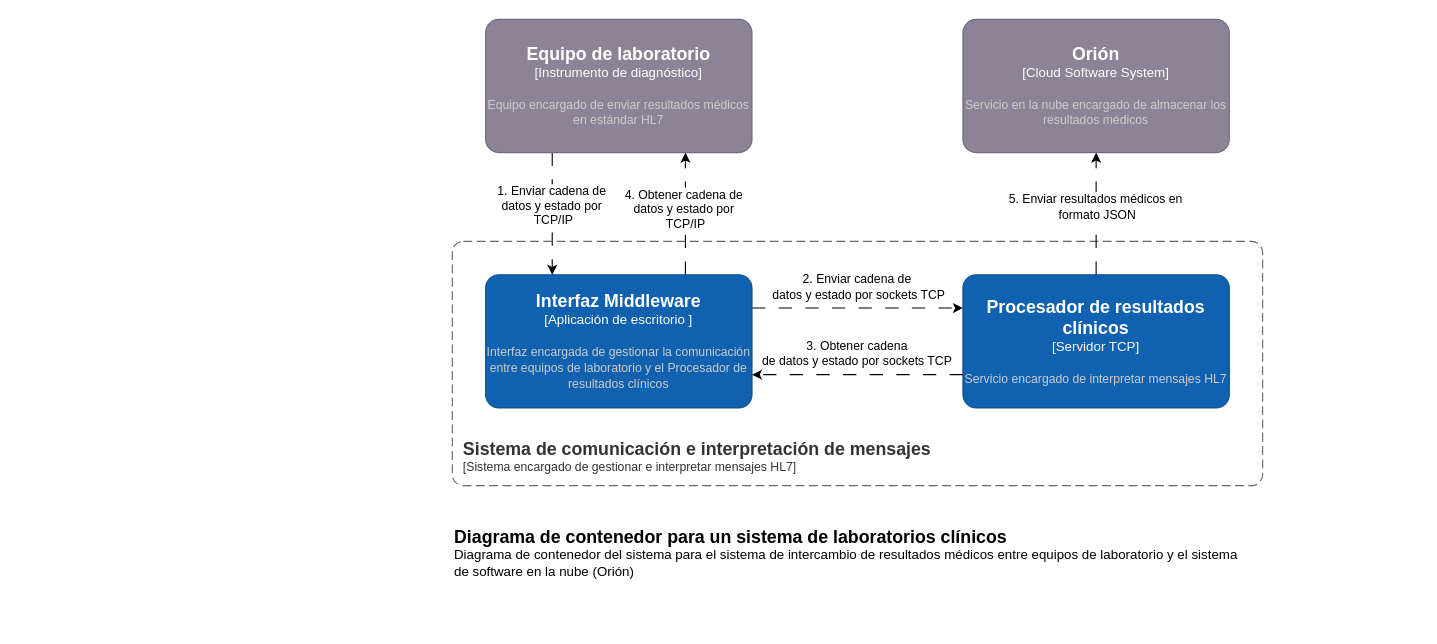
Before: page "Contenedores" (2 of 4) of Diagramas/TIC.drawio in GiulianAlbuja/TIC, a draw.io diagram. Source tidied: cells renumbered, new cells numbered last; positions are measured from the earlier drawing's top-left corner, leaving out a move shared by most shapes. Both pictures are drawn from the tidied source at 111%, with x=0, y=0 at pixel (452, 19).
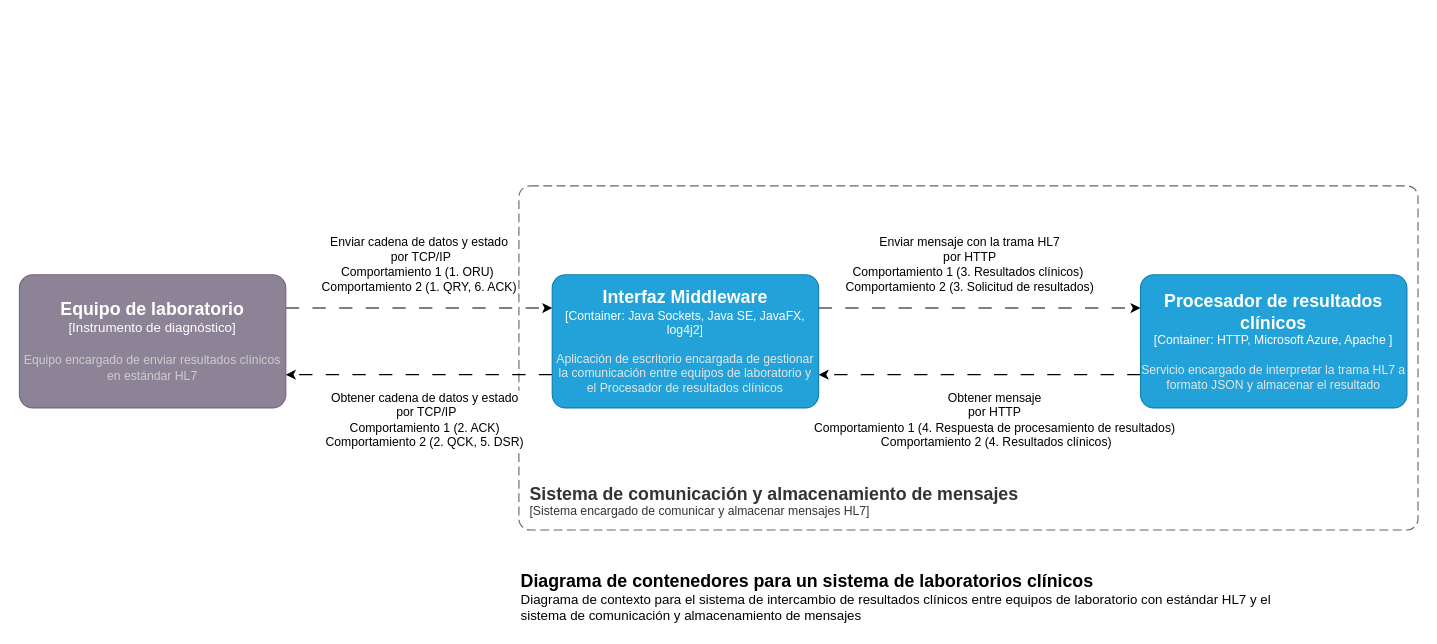
The same page after the edit.

What changed in the source:
```diff
@@
-    <mxCell id="2" style="edgeStyle=orthogonalEdgeStyle;rounded=0;jettySize=auto;html=1;exitX=1;exitY=0.25;exitDx=0;exitDy=0;exitPerimeter=0;entryX=0;entryY=0.25;entryDx=0;entryDy=0;entryPerimeter=0;startArrow=none;startFill=0;dashed=1;dashPattern=12 12;" parent="1" edge="1" source="4" target="5">
+    <mxCell id="2" style="edgeStyle=orthogonalEdgeStyle;rounded=0;jettySize=auto;html=1;exitX=1;exitY=0.25;exitDx=0;exitDy=0;exitPerimeter=0;entryX=0;entryY=0.25;entryDx=0;entryDy=0;entryPerimeter=0;startArrow=none;startFill=0;dashed=1;dashPattern=12 12;" parent="1" edge="1" source="18" target="19">
       <mxGeometry relative="1" as="geometry" />
     </mxCell>
-    <mxCell id="3" value="2. Enviar cadena de&amp;nbsp;&lt;div&gt;datos y estado por sockets TCP&lt;/div&gt;" style="edgeLabel;html=1;align=center;verticalAlign=middle;" parent="2" vertex="1">
+    <mxCell id="3" value="Enviar mensaje con la trama HL7&lt;div&gt;por HTTP&lt;/div&gt;&lt;div&gt;&lt;div&gt;Comportamiento 1 (3. Resultados clínicos)&amp;nbsp;&lt;/div&gt;&lt;div&gt;Comportamiento 2 (3. Solicitud de resultados)&lt;/div&gt;&lt;/div&gt;" style="edgeLabel;html=1;align=center;verticalAlign=middle;" parent="2" vertex="1">
       <mxGeometry x="-0.21" y="1" relative="1" as="geometry">
-        <mxPoint x="20" y="-19" as="offset" />
+        <mxPoint x="20" y="-39" as="offset" />
       </mxGeometry>
     </mxCell>
-    <object id="4" label="&lt;font style=&quot;font-size: 16px&quot;&gt;&lt;b&gt;%c4Name%&lt;/b&gt;&lt;/font&gt;&lt;div&gt;[%c4Type%]&lt;/div&gt;&lt;br&gt;&lt;div&gt;&lt;font style=&quot;font-size: 11px&quot;&gt;&lt;font color=&quot;#cccccc&quot;&gt;%c4Description%&lt;/font&gt;&lt;/div&gt;" c4Description="Interfaz encargada de gestionar la comunicación entre equipos de laboratorio y el Procesador de resultados clínicos" c4Name="Interfaz Middleware" c4Type="Aplicación de escritorio " placeholders="1">
-      <mxCell style="rounded=1;whiteSpace=wrap;html=1;labelBackgroundColor=none;fillColor=#1061B0;fontColor=#ffffff;align=center;arcSize=10;strokeColor=#0D5091;points=[[0.25,0,0],[0.5,0,0],[0.75,0,0],[1,0.25,0],[1,0.5,0],[1,0.75,0],[0.75,1,0],[0.5,1,0],[0.25,1,0],[0,0.75,0],[0,0.5,0],[0,0.25,0]];" parent="1" vertex="1">
-        <mxGeometry x="30" y="230" width="240" height="120" as="geometry" />
-      </mxCell>
-    </object>
-    <object id="5" label="&lt;font style=&quot;font-size: 16px&quot;&gt;&lt;b&gt;%c4Name%&lt;/b&gt;&lt;/font&gt;&lt;div&gt;[%c4Type%]&lt;/div&gt;&lt;br&gt;&lt;div&gt;&lt;font style=&quot;font-size: 11px&quot;&gt;&lt;font color=&quot;#cccccc&quot;&gt;%c4Description%&lt;/font&gt;&lt;/div&gt;" c4Description="Servicio encargado de interpretar mensajes HL7" c4Name="Procesador de resultados clínicos" c4Type="Servidor TCP" placeholders="1">
-      <mxCell style="rounded=1;whiteSpace=wrap;html=1;labelBackgroundColor=none;fillColor=#1061B0;fontColor=#ffffff;align=center;arcSize=10;strokeColor=#0D5091;points=[[0.25,0,0],[0.5,0,0],[0.75,0,0],[1,0.25,0],[1,0.5,0],[1,0.75,0],[0.75,1,0],[0.5,1,0],[0.25,1,0],[0,0.75,0],[0,0.5,0],[0,0.25,0]];" parent="1" vertex="1">
-        <mxGeometry x="460" y="230" width="240" height="120" as="geometry" />
-      </mxCell>
-    </object>
-    <mxCell id="6" style="edgeStyle=orthogonalEdgeStyle;rounded=0;jettySize=auto;html=1;entryX=0.25;entryY=0;entryDx=0;entryDy=0;entryPerimeter=0;startArrow=none;startFill=0;dashed=1;dashPattern=12 12;exitX=0.25;exitY=1;exitDx=0;exitDy=0;exitPerimeter=0;" parent="1" edge="1" source="8" target="4">
+    <mxCell id="6" style="edgeStyle=orthogonalEdgeStyle;rounded=0;jettySize=auto;html=1;entryX=0;entryY=0.25;entryDx=0;entryDy=0;entryPerimeter=0;startArrow=none;startFill=0;dashed=1;dashPattern=12 12;exitX=1;exitY=0.25;exitDx=0;exitDy=0;exitPerimeter=0;" parent="1" edge="1" source="8" target="18">
       <mxGeometry relative="1" as="geometry" />
     </mxCell>
-    <mxCell id="7" value="1. Enviar cadena de&amp;nbsp;&lt;div&gt;datos y estado por&amp;nbsp;&lt;/div&gt;&lt;div&gt;TCP/IP&lt;/div&gt;" style="edgeLabel;html=1;align=center;verticalAlign=middle;" parent="6" vertex="1">
+    <mxCell id="7" value="Enviar cadena de datos y estado&lt;div&gt;&amp;nbsp;por TCP/IP&lt;/div&gt;&lt;div&gt;Comportamiento 1 (1. ORU)&amp;nbsp;&lt;/div&gt;&lt;div&gt;Comportamiento 2 (1. QRY, 6. ACK)&lt;/div&gt;" style="edgeLabel;html=1;align=center;verticalAlign=middle;" parent="6" vertex="1">
       <mxGeometry x="-0.25" y="-1" relative="1" as="geometry">
-        <mxPoint x="1" y="6" as="offset" />
+        <mxPoint x="29" y="-41" as="offset" />
       </mxGeometry>
     </mxCell>
-    <object id="8" label="&lt;font style=&quot;font-size: 16px&quot;&gt;&lt;b&gt;%c4Name%&lt;/b&gt;&lt;/font&gt;&lt;div&gt;[%c4Type%]&lt;/div&gt;&lt;br&gt;&lt;div&gt;&lt;font style=&quot;font-size: 11px&quot;&gt;&lt;font color=&quot;#cccccc&quot;&gt;%c4Description%&lt;/font&gt;&lt;/div&gt;" c4Description="Equipo encargado de enviar resultados médicos en estándar HL7" c4Name="Equipo de laboratorio" c4Type="Instrumento de diagnóstico" placeholders="1">
+    <object id="8" label="&lt;font style=&quot;font-size: 16px&quot;&gt;&lt;b&gt;%c4Name%&lt;/b&gt;&lt;/font&gt;&lt;div&gt;[%c4Type%]&lt;/div&gt;&lt;br&gt;&lt;div&gt;&lt;font style=&quot;font-size: 11px&quot;&gt;&lt;font color=&quot;#cccccc&quot;&gt;%c4Description%&lt;/font&gt;&lt;/div&gt;" c4Description="Equipo encargado de enviar resultados clínicos en estándar HL7" c4Name="Equipo de laboratorio" c4Type="Instrumento de diagnóstico" placeholders="1">
       <mxCell style="rounded=1;whiteSpace=wrap;html=1;labelBackgroundColor=none;fillColor=#8C8496;fontColor=#ffffff;align=center;arcSize=10;strokeColor=#736782;points=[[0.25,0,0],[0.5,0,0],[0.75,0,0],[1,0.25,0],[1,0.5,0],[1,0.75,0],[0.75,1,0],[0.5,1,0],[0.25,1,0],[0,0.75,0],[0,0.5,0],[0,0.25,0]];" parent="1" vertex="1">
-        <mxGeometry x="30" width="240" height="120" as="geometry" />
+        <mxGeometry x="-390" y="230" width="240" height="120" as="geometry" />
       </mxCell>
     </object>
-    <object id="9" label="&lt;font style=&quot;font-size: 16px&quot;&gt;&lt;b&gt;&lt;div style=&quot;text-align: left&quot;&gt;%c4Name%&lt;/div&gt;&lt;/b&gt;&lt;/font&gt;&lt;div style=&quot;text-align: left&quot;&gt;[%c4Application%]&lt;/div&gt;" c4Application="Sistema encargado de gestionar e interpretar mensajes HL7" c4Name="Sistema de comunicación e interpretación de mensajes" placeholders="1">
+    <object id="9" label="&lt;font style=&quot;font-size: 16px&quot;&gt;&lt;b&gt;&lt;div style=&quot;text-align: left&quot;&gt;%c4Name%&lt;/div&gt;&lt;/b&gt;&lt;/font&gt;&lt;div style=&quot;text-align: left&quot;&gt;[%c4Application%]&lt;/div&gt;" c4Application="Sistema encargado de comunicar y almacenar mensajes HL7" c4Name="Sistema de comunicación y almacenamiento de mensajes " placeholders="1">
       <mxCell style="rounded=1;fontSize=11;whiteSpace=wrap;html=1;dashed=1;arcSize=20;fillColor=none;strokeColor=#666666;fontColor=#333333;labelBackgroundColor=none;align=left;verticalAlign=bottom;labelBorderColor=none;spacingTop=0;spacing=10;dashPattern=8 4;perimeter=rectanglePerimeter;noLabel=0;labelPadding=0;absoluteArcSize=1;" parent="1" vertex="1">
-        <mxGeometry y="200" width="730" height="220" as="geometry" />
+        <mxGeometry x="60" y="150" width="810" height="310" as="geometry" />
       </mxCell>
     </object>
-    <object id="10" label="&lt;font style=&quot;font-size: 16px&quot;&gt;&lt;b&gt;%c4Name%&lt;/b&gt;&lt;/font&gt;&lt;div&gt;[%c4Type%]&lt;/div&gt;&lt;br&gt;&lt;div&gt;&lt;font style=&quot;font-size: 11px&quot;&gt;&lt;font color=&quot;#cccccc&quot;&gt;%c4Description%&lt;/font&gt;&lt;/div&gt;" c4Description="Servicio en la nube encargado de almacenar los resultados médicos" c4Name="Orión" c4Type="Cloud Software System" placeholders="1">
-      <mxCell style="rounded=1;whiteSpace=wrap;html=1;labelBackgroundColor=none;fillColor=#8C8496;fontColor=#ffffff;align=center;arcSize=10;strokeColor=#736782;points=[[0.25,0,0],[0.5,0,0],[0.75,0,0],[1,0.25,0],[1,0.5,0],[1,0.75,0],[0.75,1,0],[0.5,1,0],[0.25,1,0],[0,0.75,0],[0,0.5,0],[0,0.25,0]];" parent="1" vertex="1">
-        <mxGeometry x="460" width="240" height="120" as="geometry" />
-      </mxCell>
-    </object>
-    <mxCell id="11" style="edgeStyle=orthogonalEdgeStyle;rounded=0;jettySize=auto;html=1;entryX=0.5;entryY=1;entryDx=0;entryDy=0;entryPerimeter=0;startArrow=none;startFill=0;dashed=1;dashPattern=12 12;" parent="1" edge="1" source="5" target="10">
-      <mxGeometry relative="1" as="geometry" />
-    </mxCell>
-    <mxCell id="12" value="5. Enviar resultados médicos en&amp;nbsp;&lt;div&gt;formato JSON&lt;/div&gt;" style="edgeLabel;html=1;align=center;verticalAlign=middle;" parent="11" vertex="1">
-      <mxGeometry x="0.25" y="-1" relative="1" as="geometry">
-        <mxPoint x="-1" y="7" as="offset" />
-      </mxGeometry>
-    </mxCell>
-    <object id="13" label="&lt;font style=&quot;font-size: 16px&quot;&gt;&lt;b&gt;&lt;div style=&quot;text-align: left&quot;&gt;%c4Name%&lt;/div&gt;&lt;/b&gt;&lt;/font&gt;&lt;div style=&quot;text-align: left&quot;&gt;%c4Description%&lt;/div&gt;" c4Description="Diagrama de contenedor del sistema para el sistema de intercambio de resultados médicos entre equipos de laboratorio y el sistema de software en la nube (Orión)" c4Name="Diagrama de contenedor para un sistema de laboratorios clínicos" placeholders="1">
+    <object id="13" label="&lt;font style=&quot;font-size: 16px&quot;&gt;&lt;b&gt;&lt;div style=&quot;text-align: left&quot;&gt;%c4Name%&lt;/div&gt;&lt;/b&gt;&lt;/font&gt;&lt;div style=&quot;text-align: left&quot;&gt;%c4Description%&lt;/div&gt;" c4Description="Diagrama de contexto para el sistema de intercambio de resultados clínicos entre equipos de laboratorio con estándar HL7  y el sistema de comunicación y almacenamiento de mensajes" c4Name="Diagrama de contenedores para un sistema de laboratorios clínicos" placeholders="1">
       <mxCell style="text;html=1;strokeColor=none;fillColor=none;align=left;verticalAlign=top;whiteSpace=wrap;rounded=0;" parent="1" vertex="1">
-        <mxGeometry y="450" width="720" height="40" as="geometry" />
+        <mxGeometry x="60" y="490" width="720" height="40" as="geometry" />
       </mxCell>
     </object>
-    <mxCell id="14" style="edgeStyle=orthogonalEdgeStyle;rounded=0;jettySize=auto;html=1;exitX=0.75;exitY=0;exitDx=0;exitDy=0;exitPerimeter=0;entryX=0.75;entryY=1;entryDx=0;entryDy=0;entryPerimeter=0;dashed=1;dashPattern=12 12;" parent="1" edge="1" source="4" target="8">
+    <mxCell id="14" style="edgeStyle=orthogonalEdgeStyle;rounded=0;jettySize=auto;html=1;exitX=0;exitY=0.75;exitDx=0;exitDy=0;exitPerimeter=0;entryX=1;entryY=0.75;entryDx=0;entryDy=0;entryPerimeter=0;dashed=1;dashPattern=12 12;" parent="1" edge="1" source="18" target="8">
       <mxGeometry relative="1" as="geometry" />
     </mxCell>
-    <mxCell id="15" value="4. Obtener cadena de&amp;nbsp;&lt;div&gt;datos y estado por&amp;nbsp;&lt;/div&gt;&lt;div&gt;TCP/IP&lt;/div&gt;" style="edgeLabel;html=1;align=center;verticalAlign=middle;" parent="14" vertex="1">
+    <mxCell id="15" value="Obtener cadena de datos y estado&lt;div&gt;&amp;nbsp;por TCP/IP&lt;div&gt;Comportamiento 1 (2. ACK)&lt;/div&gt;&lt;div&gt;Comportamiento 2 (2. QCK, 5. DSR)&lt;/div&gt;&lt;/div&gt;" style="edgeLabel;html=1;align=center;verticalAlign=middle;" parent="14" vertex="1">
       <mxGeometry x="-0.15" y="1" relative="1" as="geometry">
-        <mxPoint y="-13" as="offset" />
+        <mxPoint x="-14" y="39" as="offset" />
       </mxGeometry>
     </mxCell>
-    <mxCell id="16" style="edgeStyle=orthogonalEdgeStyle;rounded=0;jettySize=auto;html=1;exitX=0;exitY=0.75;exitDx=0;exitDy=0;exitPerimeter=0;entryX=1;entryY=0.75;entryDx=0;entryDy=0;entryPerimeter=0;dashed=1;dashPattern=12 12;" parent="1" edge="1" source="5" target="4">
+    <mxCell id="16" style="edgeStyle=orthogonalEdgeStyle;rounded=0;jettySize=auto;html=1;exitX=0;exitY=0.75;exitDx=0;exitDy=0;exitPerimeter=0;entryX=1;entryY=0.75;entryDx=0;entryDy=0;entryPerimeter=0;dashed=1;dashPattern=12 12;" parent="1" edge="1" source="19" target="18">
       <mxGeometry relative="1" as="geometry" />
     </mxCell>
-    <mxCell id="17" value="3. Obtener cadena&amp;nbsp;&lt;div&gt;de&amp;nbsp;datos y estado por sockets TCP&amp;nbsp;&lt;/div&gt;" style="edgeLabel;html=1;align=center;verticalAlign=middle;" parent="16" vertex="1">
+    <mxCell id="17" value="Obtener mensaje&amp;nbsp;&lt;div&gt;por HTTP&amp;nbsp;&lt;div&gt;&lt;div&gt;Comportamiento 1 (4. Respuesta de procesamiento de resultados)&amp;nbsp;&lt;/div&gt;&lt;div&gt;Comportamiento 2 (4. Resultados clínicos)&lt;/div&gt;&lt;/div&gt;&lt;/div&gt;" style="edgeLabel;html=1;align=center;verticalAlign=middle;" parent="16" vertex="1">
       <mxGeometry x="-0.28" y="1" relative="1" as="geometry">
-        <mxPoint x="-27" y="-21" as="offset" />
+        <mxPoint x="-27" y="39" as="offset" />
       </mxGeometry>
     </mxCell>
+    <object id="18" label="&lt;font style=&quot;font-size: 16px&quot;&gt;&lt;b&gt;%c4Name%&lt;/b&gt;&lt;/font&gt;&lt;div&gt;[%c4Type%: %c4Technology%]&lt;/div&gt;&lt;br&gt;&lt;div&gt;&lt;font style=&quot;font-size: 11px&quot;&gt;&lt;font color=&quot;#E6E6E6&quot;&gt;%c4Description%&lt;/font&gt;&lt;/div&gt;" c4Description="Aplicación de escritorio encargada de gestionar la comunicación entre equipos de laboratorio y el Procesador de resultados clínicos" c4Name="Interfaz Middleware" c4Technology="Java Sockets, Java SE, JavaFX, log4j2" c4Type="Container" placeholders="1">
+      <mxCell style="rounded=1;whiteSpace=wrap;html=1;fontSize=11;labelBackgroundColor=none;fillColor=#23A2D9;fontColor=#ffffff;align=center;arcSize=10;strokeColor=#0E7DAD;points=[[0.25,0,0],[0.5,0,0],[0.75,0,0],[1,0.25,0],[1,0.5,0],[1,0.75,0],[0.75,1,0],[0.5,1,0],[0.25,1,0],[0,0.75,0],[0,0.5,0],[0,0.25,0]];" parent="1" vertex="1">
+        <mxGeometry x="90" y="230" width="240" height="120" as="geometry" />
+      </mxCell>
+    </object>
+    <object id="19" label="&lt;font style=&quot;font-size: 16px&quot;&gt;&lt;b&gt;%c4Name%&lt;/b&gt;&lt;/font&gt;&lt;div&gt;[%c4Type%: %c4Technology%]&lt;/div&gt;&lt;br&gt;&lt;div&gt;&lt;font style=&quot;font-size: 11px&quot;&gt;&lt;font color=&quot;#E6E6E6&quot;&gt;%c4Description%&lt;/font&gt;&lt;/div&gt;" c4Description="Servicio encargado de interpretar la trama HL7 a formato JSON y almacenar el resultado" c4Name="Procesador de resultados clínicos" c4Technology="HTTP, Microsoft Azure, Apache " c4Type="Container" placeholders="1">
+      <mxCell style="rounded=1;whiteSpace=wrap;html=1;fontSize=11;labelBackgroundColor=none;fillColor=#23A2D9;fontColor=#ffffff;align=center;arcSize=10;strokeColor=#0E7DAD;points=[[0.25,0,0],[0.5,0,0],[0.75,0,0],[1,0.25,0],[1,0.5,0],[1,0.75,0],[0.75,1,0],[0.5,1,0],[0.25,1,0],[0,0.75,0],[0,0.5,0],[0,0.25,0]];" parent="1" vertex="1">
+        <mxGeometry x="620" y="230" width="240" height="120" as="geometry" />
+      </mxCell>
+    </object>
```
